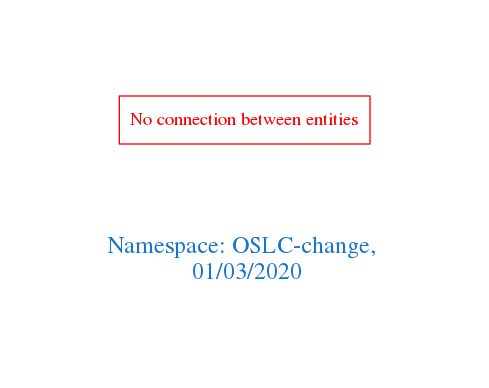
The Graphviz diagram downloads/OSLC-change.png in arago/OGIT, before a commit. Its source is kept beside it as downloads/OSLC-change.dot.
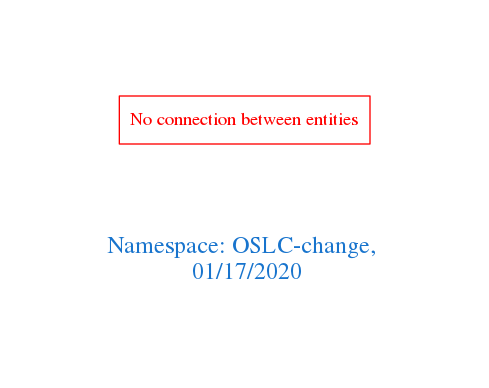
Above is the later version.

Diff of the diagram source:
```diff
@@ -1,7 +1,7 @@
 digraph OGIT_ontology {
  graph [ rankdir= LR,pad=1
 fontsize = 18,
-fontcolor= dodgerblue3,label = "\n\n\nNamespace: OSLC-change, \n 01/03/2020"];
+fontcolor= dodgerblue3,label = "\n\n\nNamespace: OSLC-change, \n 01/17/2020"];
 node[shape=polygon];
 edge [  color="gray81"];
 
```
